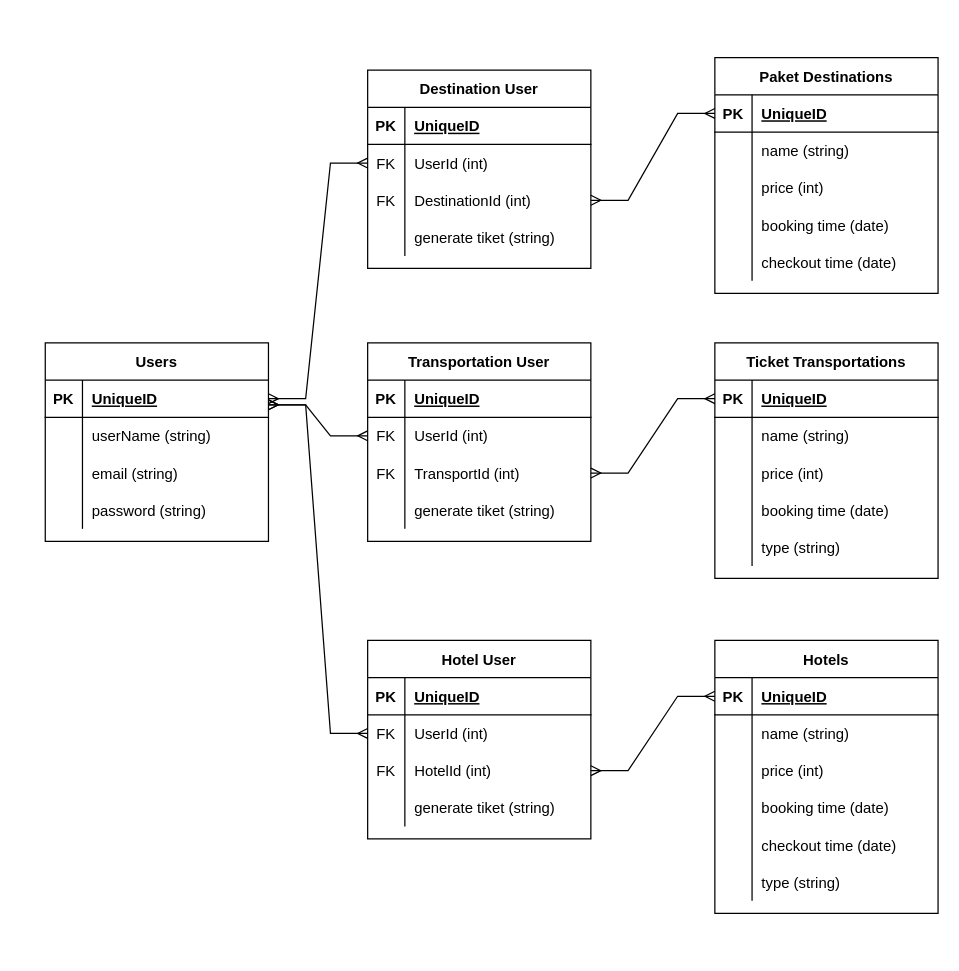
Before: Untitled Diagram.drawio in rmt-21-uppsala-fox/p2-iproject-server, a draw.io diagram. Source tidied: cells renumbered, new cells numbered last; positions are measured from the earlier drawing's top-left corner, leaving out a move shared by most shapes. Both pictures are drawn from the tidied source at 124%, with x=0, y=0 at pixel (45, 57).
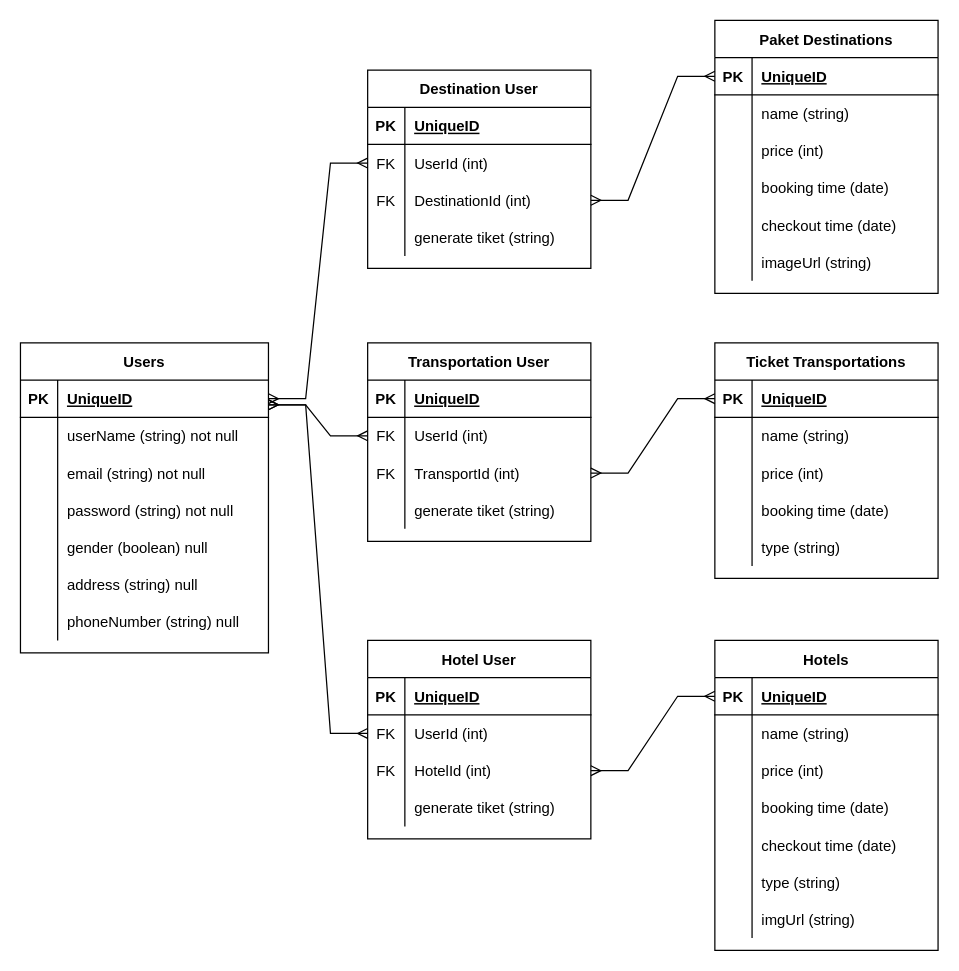
The same page after the edit.

Diff of the diagram source:
```diff
@@
     <mxCell id="2" value="Users" style="shape=table;startSize=30;childLayout=tableLayout;rowLines=0;fontStyle=1;align=center;" parent="1" vertex="1">
-      <mxGeometry y="230" width="180" height="160" as="geometry" />
+      <mxGeometry x="-20" y="230" width="200" height="250" as="geometry" />
     </mxCell>
     <mxCell id="3" style="shape=tableRow;horizontal=0;startSize=0;swimlaneHead=0;swimlaneBody=0;fillColor=none;points=[[0,0.5],[1,0.5]];portConstraint=eastwest;top=0;left=0;right=0;bottom=1;" parent="2" vertex="1">
-      <mxGeometry y="30" width="180" height="30" as="geometry" />
+      <mxGeometry y="30" width="200" height="30" as="geometry" />
     </mxCell>
@@
     <mxCell id="5" value="UniqueID" style="shape=partialRectangle;fillColor=none;top=0;left=0;bottom=0;right=0;align=left;spacingLeft=6;fontStyle=5;overflow=hidden;" parent="3" vertex="1">
-      <mxGeometry x="30" width="150" height="30" as="geometry" />
+      <mxGeometry x="30" width="170" height="30" as="geometry" />
     </mxCell>
     <mxCell id="6" style="shape=tableRow;horizontal=0;startSize=0;swimlaneHead=0;swimlaneBody=0;fillColor=none;top=0;left=0;right=0;bottom=0;" parent="2" vertex="1">
-      <mxGeometry y="60" width="180" height="30" as="geometry" />
+      <mxGeometry y="60" width="200" height="30" as="geometry" />
     </mxCell>
@@
-    <mxCell id="8" value="userName (string)" style="shape=partialRectangle;fillColor=none;top=0;left=0;bottom=0;right=0;align=left;spacingLeft=6;overflow=hidden;" parent="6" vertex="1">
-      <mxGeometry x="30" width="150" height="30" as="geometry" />
+    <mxCell id="8" value="userName (string) not null" style="shape=partialRectangle;fillColor=none;top=0;left=0;bottom=0;right=0;align=left;spacingLeft=6;overflow=hidden;" parent="6" vertex="1">
+      <mxGeometry x="30" width="170" height="30" as="geometry" />
     </mxCell>
     <mxCell id="9" style="shape=tableRow;horizontal=0;startSize=0;swimlaneHead=0;swimlaneBody=0;fillColor=none;top=0;left=0;right=0;bottom=0;" parent="2" vertex="1">
-      <mxGeometry y="90" width="180" height="30" as="geometry" />
+      <mxGeometry y="90" width="200" height="30" as="geometry" />
     </mxCell>
@@
-    <mxCell id="11" value="email (string)" style="shape=partialRectangle;fillColor=none;top=0;left=0;bottom=0;right=0;align=left;spacingLeft=6;overflow=hidden;" parent="9" vertex="1">
-      <mxGeometry x="30" width="150" height="30" as="geometry" />
+    <mxCell id="11" value="email (string) not null" style="shape=partialRectangle;fillColor=none;top=0;left=0;bottom=0;right=0;align=left;spacingLeft=6;overflow=hidden;" parent="9" vertex="1">
+      <mxGeometry x="30" width="170" height="30" as="geometry" />
     </mxCell>
     <mxCell id="12" style="shape=tableRow;horizontal=0;startSize=0;swimlaneHead=0;swimlaneBody=0;fillColor=none;top=0;left=0;right=0;bottom=0;" parent="2" vertex="1">
-      <mxGeometry y="120" width="180" height="30" as="geometry" />
+      <mxGeometry y="120" width="200" height="30" as="geometry" />
     </mxCell>
@@
-    <mxCell id="14" value="password (string)" style="shape=partialRectangle;fillColor=none;top=0;left=0;bottom=0;right=0;align=left;spacingLeft=6;overflow=hidden;" parent="12" vertex="1">
-      <mxGeometry x="30" width="150" height="30" as="geometry" />
+    <mxCell id="14" value="password (string) not null" style="shape=partialRectangle;fillColor=none;top=0;left=0;bottom=0;right=0;align=left;spacingLeft=6;overflow=hidden;" parent="12" vertex="1">
+      <mxGeometry x="30" width="170" height="30" as="geometry" />
     </mxCell>
+    <mxCell id="111" style="shape=tableRow;horizontal=0;startSize=0;swimlaneHead=0;swimlaneBody=0;fillColor=none;top=0;left=0;right=0;bottom=0;" parent="2" vertex="1">
+      <mxGeometry y="150" width="200" height="30" as="geometry" />
+    </mxCell>
+    <mxCell id="112" style="shape=partialRectangle;fillColor=none;top=0;left=0;bottom=0;right=0;overflow=hidden;" parent="111" vertex="1">
+      <mxGeometry width="30" height="30" as="geometry" />
+    </mxCell>
+    <mxCell id="113" value="gender (boolean) null" style="shape=partialRectangle;fillColor=none;top=0;left=0;bottom=0;right=0;align=left;spacingLeft=6;overflow=hidden;" parent="111" vertex="1">
+      <mxGeometry x="30" width="170" height="30" as="geometry" />
+    </mxCell>
+    <mxCell id="114" style="shape=tableRow;horizontal=0;startSize=0;swimlaneHead=0;swimlaneBody=0;fillColor=none;top=0;left=0;right=0;bottom=0;" parent="2" vertex="1">
+      <mxGeometry y="180" width="200" height="30" as="geometry" />
+    </mxCell>
+    <mxCell id="115" style="shape=partialRectangle;fillColor=none;top=0;left=0;bottom=0;right=0;overflow=hidden;" parent="114" vertex="1">
+      <mxGeometry width="30" height="30" as="geometry" />
+    </mxCell>
+    <mxCell id="116" value="address (string) null" style="shape=partialRectangle;fillColor=none;top=0;left=0;bottom=0;right=0;align=left;spacingLeft=6;overflow=hidden;" parent="114" vertex="1">
+      <mxGeometry x="30" width="170" height="30" as="geometry" />
+    </mxCell>
+    <mxCell id="117" style="shape=tableRow;horizontal=0;startSize=0;swimlaneHead=0;swimlaneBody=0;fillColor=none;top=0;left=0;right=0;bottom=0;" parent="2" vertex="1">
+      <mxGeometry y="210" width="200" height="30" as="geometry" />
+    </mxCell>
+    <mxCell id="118" style="shape=partialRectangle;fillColor=none;top=0;left=0;bottom=0;right=0;overflow=hidden;" parent="117" vertex="1">
+      <mxGeometry width="30" height="30" as="geometry" />
+    </mxCell>
+    <mxCell id="119" value="phoneNumber (string) null" style="shape=partialRectangle;fillColor=none;top=0;left=0;bottom=0;right=0;align=left;spacingLeft=6;overflow=hidden;" parent="117" vertex="1">
+      <mxGeometry x="30" width="170" height="30" as="geometry" />
+    </mxCell>
@@
     <mxCell id="31" value="Paket Destinations" style="shape=table;startSize=30;childLayout=tableLayout;rowLines=0;fontStyle=1;align=center;" parent="1" vertex="1">
-      <mxGeometry x="540" width="180" height="190" as="geometry" />
+      <mxGeometry x="540" y="-30" width="180" height="220" as="geometry" />
     </mxCell>
@@
+    <mxCell id="120" style="shape=tableRow;horizontal=0;startSize=0;swimlaneHead=0;swimlaneBody=0;fillColor=none;top=0;left=0;right=0;bottom=0;" parent="31" vertex="1">
+      <mxGeometry y="180" width="180" height="30" as="geometry" />
+    </mxCell>
+    <mxCell id="121" style="shape=partialRectangle;fillColor=none;top=0;left=0;bottom=0;right=0;overflow=hidden;" parent="120" vertex="1">
+      <mxGeometry width="30" height="30" as="geometry" />
+    </mxCell>
+    <mxCell id="122" value="imageUrl (string)" style="shape=partialRectangle;fillColor=none;top=0;left=0;bottom=0;right=0;align=left;spacingLeft=6;overflow=hidden;" parent="120" vertex="1">
+      <mxGeometry x="30" width="150" height="30" as="geometry" />
+    </mxCell>
     <mxCell id="47" value="Hotels" style="shape=table;startSize=30;childLayout=tableLayout;rowLines=0;fontStyle=1;align=center;" parent="1" vertex="1">
-      <mxGeometry x="540" y="470" width="180" height="220" as="geometry" />
+      <mxGeometry x="540" y="470" width="180" height="250" as="geometry" />
     </mxCell>
@@
+    <mxCell id="123" style="shape=tableRow;horizontal=0;startSize=0;swimlaneHead=0;swimlaneBody=0;fillColor=none;top=0;left=0;right=0;bottom=0;" parent="47" vertex="1">
+      <mxGeometry y="210" width="180" height="30" as="geometry" />
+    </mxCell>
+    <mxCell id="124" style="shape=partialRectangle;fillColor=none;top=0;left=0;bottom=0;right=0;overflow=hidden;" parent="123" vertex="1">
+      <mxGeometry width="30" height="30" as="geometry" />
+    </mxCell>
+    <mxCell id="125" value="imgUrl (string)" style="shape=partialRectangle;fillColor=none;top=0;left=0;bottom=0;right=0;align=left;spacingLeft=6;overflow=hidden;" parent="123" vertex="1">
+      <mxGeometry x="30" width="150" height="30" as="geometry" />
+    </mxCell>
```
